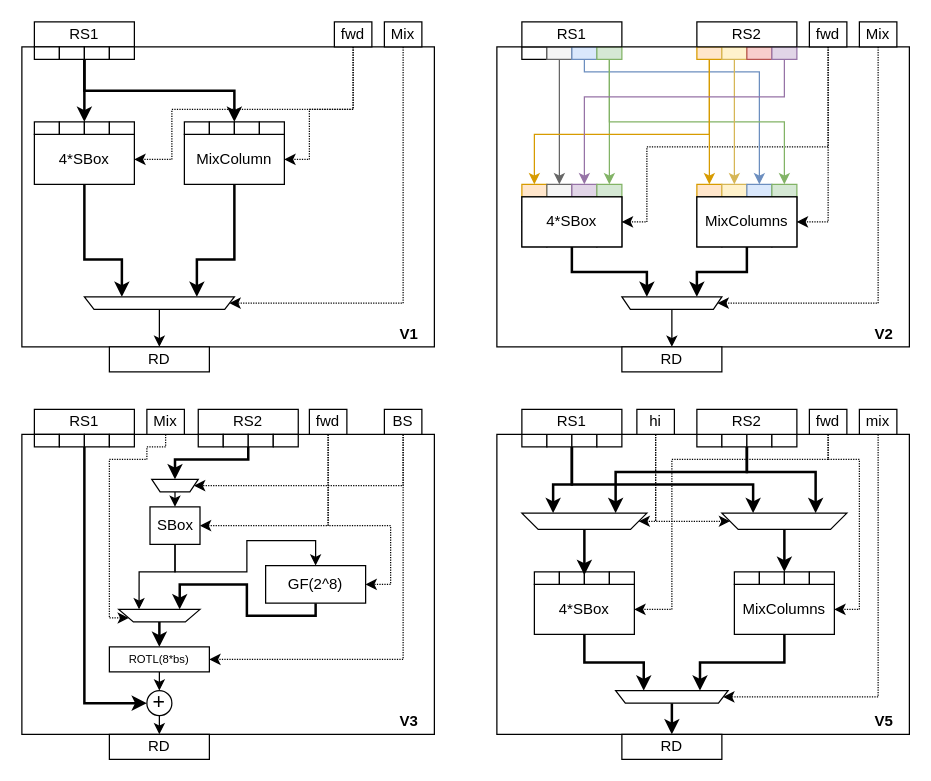
This is doc/diagrams/ise-datapaths.drawio from scarv/aes-risc-pipeline, a draw.io file, before an edit. Source tidied: cells renumbered, new cells numbered last; positions are measured from the earlier drawing's top-left corner, leaving out a move shared by most shapes. Both pictures are drawn from the tidied source at 125%, with x=0, y=0 at pixel (21, 21).
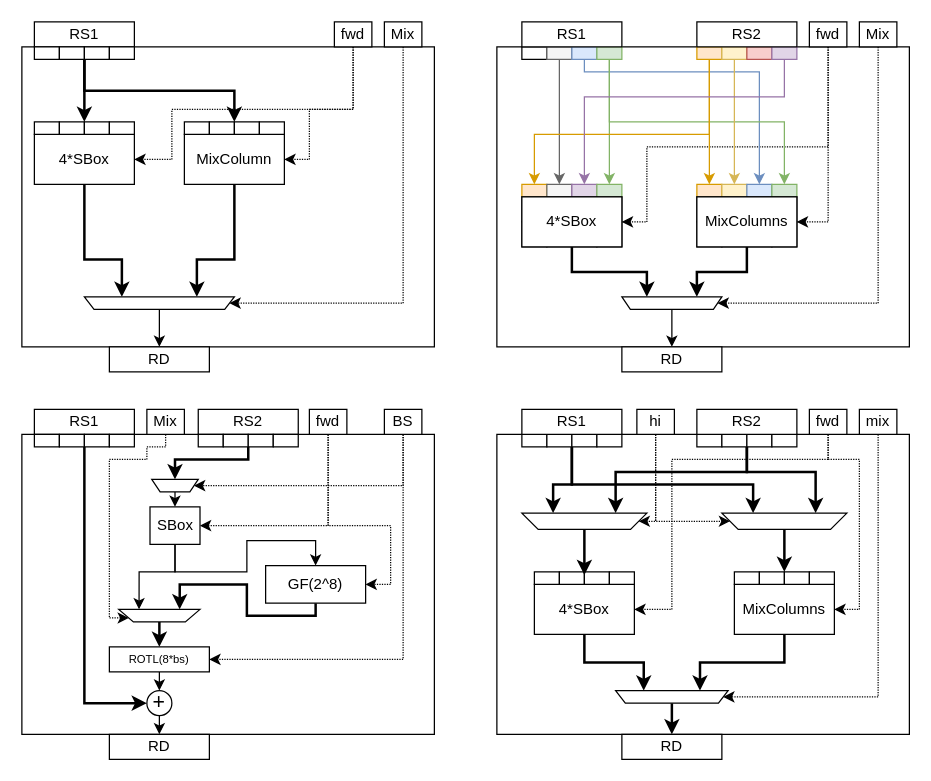
After the change.

What changed in the source:
```diff
@@
-    <mxCell id="119" value="&lt;b&gt;&lt;font style=&quot;font-size: 12px&quot;&gt;V1&lt;/font&gt;&lt;/b&gt;" style="text;html=1;strokeColor=none;fillColor=none;align=center;verticalAlign=middle;whiteSpace=wrap;rounded=0;fontSize=9;" parent="1" vertex="1">
-      <mxGeometry x="290" y="240" width="40" height="20" as="geometry" />
-    </mxCell>
-    <mxCell id="120" value="&lt;b&gt;&lt;font style=&quot;font-size: 12px&quot;&gt;V2&lt;/font&gt;&lt;/b&gt;" style="text;html=1;strokeColor=none;fillColor=none;align=center;verticalAlign=middle;whiteSpace=wrap;rounded=0;fontSize=9;" parent="1" vertex="1">
-      <mxGeometry x="670" y="240" width="40" height="20" as="geometry" />
-    </mxCell>
-    <mxCell id="121" value="&lt;b&gt;&lt;font style=&quot;font-size: 12px&quot;&gt;V3&lt;/font&gt;&lt;/b&gt;" style="text;html=1;strokeColor=none;fillColor=none;align=center;verticalAlign=middle;whiteSpace=wrap;rounded=0;fontSize=9;" parent="1" vertex="1">
-      <mxGeometry x="290" y="550" width="40" height="20" as="geometry" />
-    </mxCell>
-    <mxCell id="122" value="&lt;b&gt;&lt;font style=&quot;font-size: 12px&quot;&gt;V5&lt;/font&gt;&lt;/b&gt;" style="text;html=1;strokeColor=none;fillColor=none;align=center;verticalAlign=middle;whiteSpace=wrap;rounded=0;fontSize=9;" parent="1" vertex="1">
-      <mxGeometry x="670" y="550" width="40" height="20" as="geometry" />
-    </mxCell>
```
